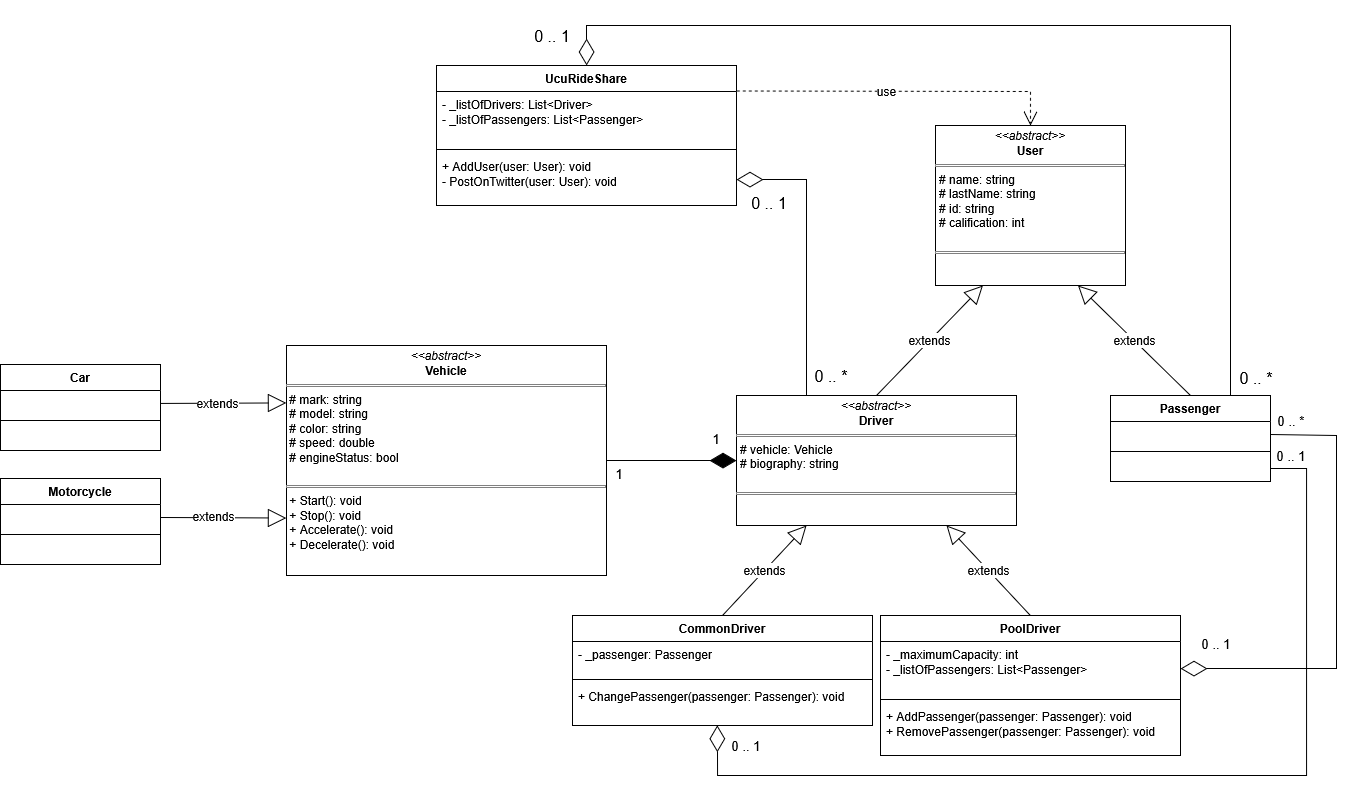
axelferreira100/PII_Herencia_Ejercicio_Start keeps this draw.io diagram as docs/UML_Class_Diagram.png. Above is the earlier version. Source tidied: cells renumbered, new cells last; positions are measured from the earlier drawing's top-left corner, leaving out a move shared by most shapes.
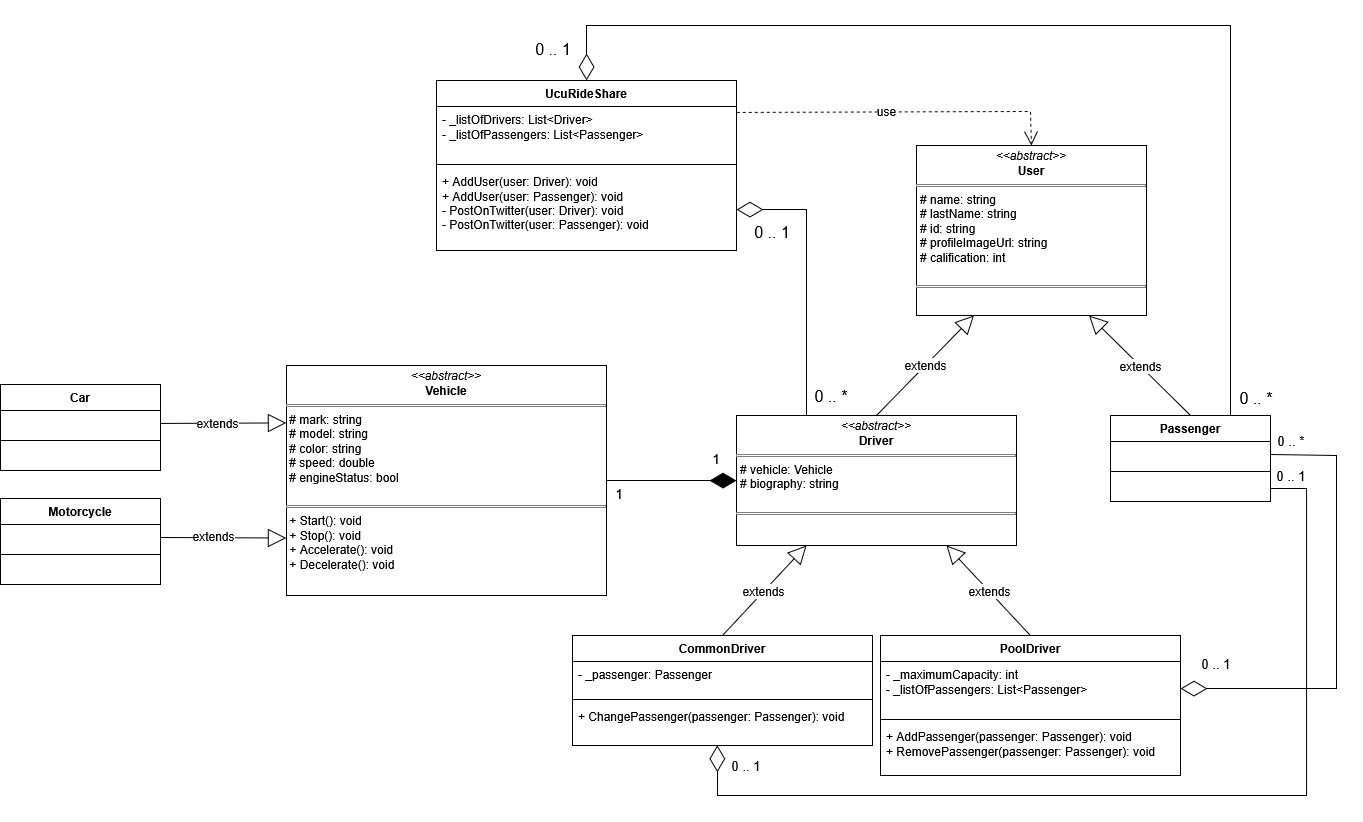
After the commit.

The edit, as a diff of the source:
```diff
@@ -17,8 +17,8 @@
     <mxCell id="6" value="extends" style="endArrow=block;endSize=16;endFill=0;html=1;rounded=0;fontSize=12;curved=1;exitX=0.5;exitY=0;exitDx=0;exitDy=0;entryX=0.25;entryY=1;entryDx=0;entryDy=0;" parent="1" edge="1" source="8" target="7">
       <mxGeometry relative="1" as="geometry" />
     </mxCell>
-    <mxCell id="7" value="&lt;p style=&quot;margin:0px;margin-top:4px;text-align:center;&quot;&gt;&lt;i&gt;&amp;lt;&amp;lt;abstract&amp;gt;&amp;gt;&lt;/i&gt;&lt;br&gt;&lt;b&gt;User&lt;/b&gt;&lt;/p&gt;&lt;hr size=&quot;1&quot; style=&quot;border-style:solid;&quot;&gt;&lt;p style=&quot;margin:0px;margin-left:4px;&quot;&gt;# name: string&lt;/p&gt;&lt;p style=&quot;margin:0px;margin-left:4px;&quot;&gt;# lastName: string&lt;/p&gt;&lt;p style=&quot;margin:0px;margin-left:4px;&quot;&gt;# id: string&lt;/p&gt;&lt;p style=&quot;margin:0px;margin-left:4px;&quot;&gt;# calification: int&lt;/p&gt;&lt;p style=&quot;margin:0px;margin-left:4px;&quot;&gt;&lt;br&gt;&lt;/p&gt;&lt;hr size=&quot;1&quot; style=&quot;border-style:solid;&quot;&gt;&lt;p style=&quot;margin:0px;margin-left:4px;&quot;&gt;&lt;br&gt;&lt;/p&gt;" style="verticalAlign=top;align=left;overflow=fill;html=1;whiteSpace=wrap;" parent="1" vertex="1">
-      <mxGeometry x="935" y="100" width="190" height="160" as="geometry" />
+    <mxCell id="7" value="&lt;p style=&quot;margin:0px;margin-top:4px;text-align:center;&quot;&gt;&lt;i&gt;&amp;lt;&amp;lt;abstract&amp;gt;&amp;gt;&lt;/i&gt;&lt;br&gt;&lt;b&gt;User&lt;/b&gt;&lt;/p&gt;&lt;hr size=&quot;1&quot; style=&quot;border-style:solid;&quot;&gt;&lt;p style=&quot;margin:0px;margin-left:4px;&quot;&gt;# name: string&lt;/p&gt;&lt;p style=&quot;margin:0px;margin-left:4px;&quot;&gt;# lastName: string&lt;/p&gt;&lt;p style=&quot;margin:0px;margin-left:4px;&quot;&gt;# id: string&lt;/p&gt;&lt;p style=&quot;margin:0px;margin-left:4px;&quot;&gt;# profileImageUrl: string&lt;/p&gt;&lt;p style=&quot;margin:0px;margin-left:4px;&quot;&gt;# calification: int&lt;/p&gt;&lt;p style=&quot;margin:0px;margin-left:4px;&quot;&gt;&lt;br&gt;&lt;/p&gt;&lt;hr size=&quot;1&quot; style=&quot;border-style:solid;&quot;&gt;&lt;p style=&quot;margin:0px;margin-left:4px;&quot;&gt;&lt;br&gt;&lt;/p&gt;" style="verticalAlign=top;align=left;overflow=fill;html=1;whiteSpace=wrap;" parent="1" vertex="1">
+      <mxGeometry x="916" y="100" width="230" height="170" as="geometry" />
     </mxCell>
     <mxCell id="8" value="&lt;p style=&quot;margin:0px;margin-top:4px;text-align:center;&quot;&gt;&lt;i&gt;&amp;lt;&amp;lt;abstract&amp;gt;&amp;gt;&lt;/i&gt;&lt;br&gt;&lt;b&gt;Driver&lt;/b&gt;&lt;/p&gt;&lt;hr size=&quot;1&quot; style=&quot;border-style:solid;&quot;&gt;&lt;p style=&quot;margin:0px;margin-left:4px;&quot;&gt;# vehicle: Vehicle&lt;/p&gt;&lt;p style=&quot;margin:0px;margin-left:4px;&quot;&gt;# biography: string&lt;/p&gt;&lt;p style=&quot;margin:0px;margin-left:4px;&quot;&gt;&lt;br&gt;&lt;/p&gt;&lt;hr size=&quot;1&quot; style=&quot;border-style:solid;&quot;&gt;&lt;div&gt;&lt;br&gt;&lt;/div&gt;&lt;p style=&quot;margin:0px;margin-left:4px;&quot;&gt;&lt;br&gt;&lt;/p&gt;" style="verticalAlign=top;align=left;overflow=fill;html=1;whiteSpace=wrap;" parent="1" vertex="1">
       <mxGeometry x="736" y="370" width="280" height="130" as="geometry" />
@@ -51,7 +51,7 @@
       <mxGeometry y="88" width="300" height="52" as="geometry" />
     </mxCell>
     <mxCell id="18" value="UcuRideShare" style="swimlane;fontStyle=1;align=center;verticalAlign=top;horizontal=1;startSize=26;whiteSpace=wrap;html=1;" parent="1" vertex="1">
-      <mxGeometry x="436" y="40" width="300" height="140" as="geometry" />
+      <mxGeometry x="436" y="35" width="300" height="170" as="geometry" />
     </mxCell>
     <mxCell id="19" value="&lt;div&gt;- _listOfDrivers: List&amp;lt;Driver&amp;gt;&lt;/div&gt;&lt;div&gt;- _listOfPassengers: List&amp;lt;Passenger&amp;gt;&lt;/div&gt;" style="text;strokeColor=none;fillColor=none;align=left;verticalAlign=top;spacingLeft=4;spacingRight=4;overflow=hidden;points=[[0,0.5],[1,0.5]];portConstraint=eastwest;whiteSpace=wrap;html=1;" parent="18" vertex="1">
       <mxGeometry y="26" width="300" height="54" as="geometry" />
@@ -59,8 +59,8 @@
     <mxCell id="20" style="line;strokeWidth=1;fillColor=none;align=left;verticalAlign=middle;spacingTop=-1;spacingLeft=3;spacingRight=3;labelPosition=right;strokeColor=inherit;" parent="18" vertex="1">
       <mxGeometry y="80" width="300" height="8" as="geometry" />
     </mxCell>
-    <mxCell id="21" value="&lt;div&gt;+ AddUser(user: User): void&lt;/div&gt;&lt;div&gt;- PostOnTwitter(user: User): void&lt;/div&gt;" style="text;strokeColor=none;fillColor=none;align=left;verticalAlign=top;spacingLeft=4;spacingRight=4;overflow=hidden;points=[[0,0.5],[1,0.5]];portConstraint=eastwest;whiteSpace=wrap;html=1;" parent="18" vertex="1">
-      <mxGeometry y="88" width="300" height="52" as="geometry" />
+    <mxCell id="21" value="&lt;div&gt;+ AddUser(user: Driver): void&lt;/div&gt;&lt;div&gt;+ AddUser(user: Passenger): void&lt;/div&gt;&lt;div&gt;- PostOnTwitter(user: Driver): void&lt;/div&gt;&lt;div&gt;- PostOnTwitter(user: Passenger): void&lt;/div&gt;" style="text;strokeColor=none;fillColor=none;align=left;verticalAlign=top;spacingLeft=4;spacingRight=4;overflow=hidden;points=[[0,0.5],[1,0.5]];portConstraint=eastwest;whiteSpace=wrap;html=1;" parent="18" vertex="1">
+      <mxGeometry y="88" width="300" height="82" as="geometry" />
     </mxCell>
     <mxCell id="22" value="extends" style="endArrow=block;endSize=16;endFill=0;html=1;rounded=0;fontSize=12;curved=1;exitX=0.5;exitY=0;exitDx=0;exitDy=0;entryX=0.25;entryY=1;entryDx=0;entryDy=0;" parent="1" edge="1" source="10" target="8">
       <mxGeometry relative="1" as="geometry" />
@@ -109,11 +109,11 @@
     <mxCell id="33" style="endArrow=diamondThin;endFill=0;endSize=24;html=1;rounded=0;fontSize=12;curved=0;entryX=1;entryY=0.5;entryDx=0;entryDy=0;startArrow=none;startFill=0;exitX=0.25;exitY=0;exitDx=0;exitDy=0;" parent="1" edge="1" source="8" target="21">
       <mxGeometry relative="1" as="geometry">
         <Array as="points">
-          <mxPoint x="806" y="154" />
+          <mxPoint x="806" y="164" />
         </Array>
       </mxGeometry>
     </mxCell>
-    <mxCell id="34" value="use" style="endArrow=open;endSize=12;dashed=1;html=1;rounded=0;fontSize=12;curved=0;exitX=1.001;exitY=-0.009;exitDx=0;exitDy=0;entryX=0.5;entryY=0;entryDx=0;entryDy=0;exitPerimeter=0;" parent="1" edge="1" source="19" target="7">
+    <mxCell id="34" value="use" style="endArrow=open;endSize=12;dashed=1;html=1;rounded=0;fontSize=12;curved=0;entryX=0.5;entryY=0;entryDx=0;entryDy=0;exitX=1.001;exitY=0.11;exitDx=0;exitDy=0;exitPerimeter=0;" parent="1" edge="1" source="19" target="7">
       <mxGeometry x="-0.09" relative="1" as="geometry">
         <Array as="points">
           <mxPoint x="1030" y="66" />
@@ -123,19 +123,19 @@
     <mxCell id="35" style="endArrow=diamondThin;endFill=0;endSize=24;html=1;rounded=0;fontSize=12;curved=0;entryX=0.5;entryY=0;entryDx=0;entryDy=0;exitX=0.75;exitY=0;exitDx=0;exitDy=0;" parent="1" edge="1" source="2" target="18">
       <mxGeometry relative="1" as="geometry">
         <Array as="points">
-          <mxPoint x="1230" />
-          <mxPoint x="586" />
+          <mxPoint x="1230" y="-20" />
+          <mxPoint x="586" y="-20" />
         </Array>
       </mxGeometry>
     </mxCell>
     <mxCell id="36" value="0 .. 1" style="text;html=1;whiteSpace=wrap;strokeColor=none;fillColor=none;align=center;verticalAlign=middle;rounded=0;fontSize=16;" parent="1" vertex="1">
-      <mxGeometry x="744" y="169" width="50" height="18" as="geometry" />
+      <mxGeometry x="747" y="178" width="50" height="18" as="geometry" />
     </mxCell>
     <mxCell id="37" value="0 .. *" style="text;html=1;whiteSpace=wrap;strokeColor=none;fillColor=none;align=center;verticalAlign=middle;rounded=0;fontSize=16;" parent="1" vertex="1">
       <mxGeometry x="806" y="342" width="50" height="18" as="geometry" />
     </mxCell>
     <mxCell id="38" value="0 .. 1" style="text;html=1;whiteSpace=wrap;strokeColor=none;fillColor=none;align=center;verticalAlign=middle;rounded=0;fontSize=16;" parent="1" vertex="1">
-      <mxGeometry x="532" y="2" width="40" height="18" as="geometry" />
+      <mxGeometry x="533" y="-5" width="40" height="18" as="geometry" />
     </mxCell>
     <mxCell id="39" value="0 .. *" style="text;html=1;whiteSpace=wrap;strokeColor=none;fillColor=none;align=center;verticalAlign=middle;rounded=0;fontSize=16;" parent="1" vertex="1">
       <mxGeometry x="1236" y="344" width="40" height="18" as="geometry" />
```
